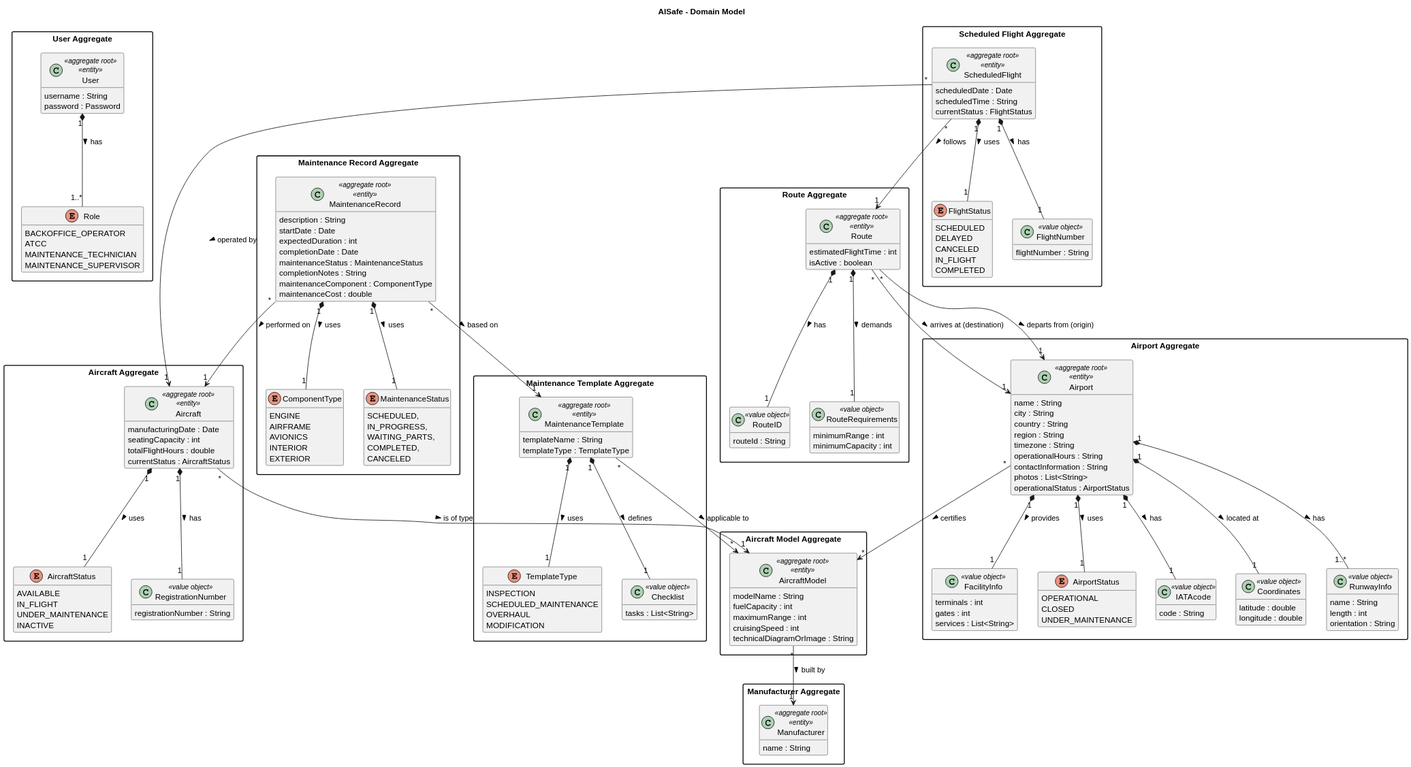
Before: docs/system-documentation/global-artifacts/svg/Domain Model.svg, a diagram exported from PlantUML (Martim690/PSOFT_2db_1240690_1241484_1230985_1240568).
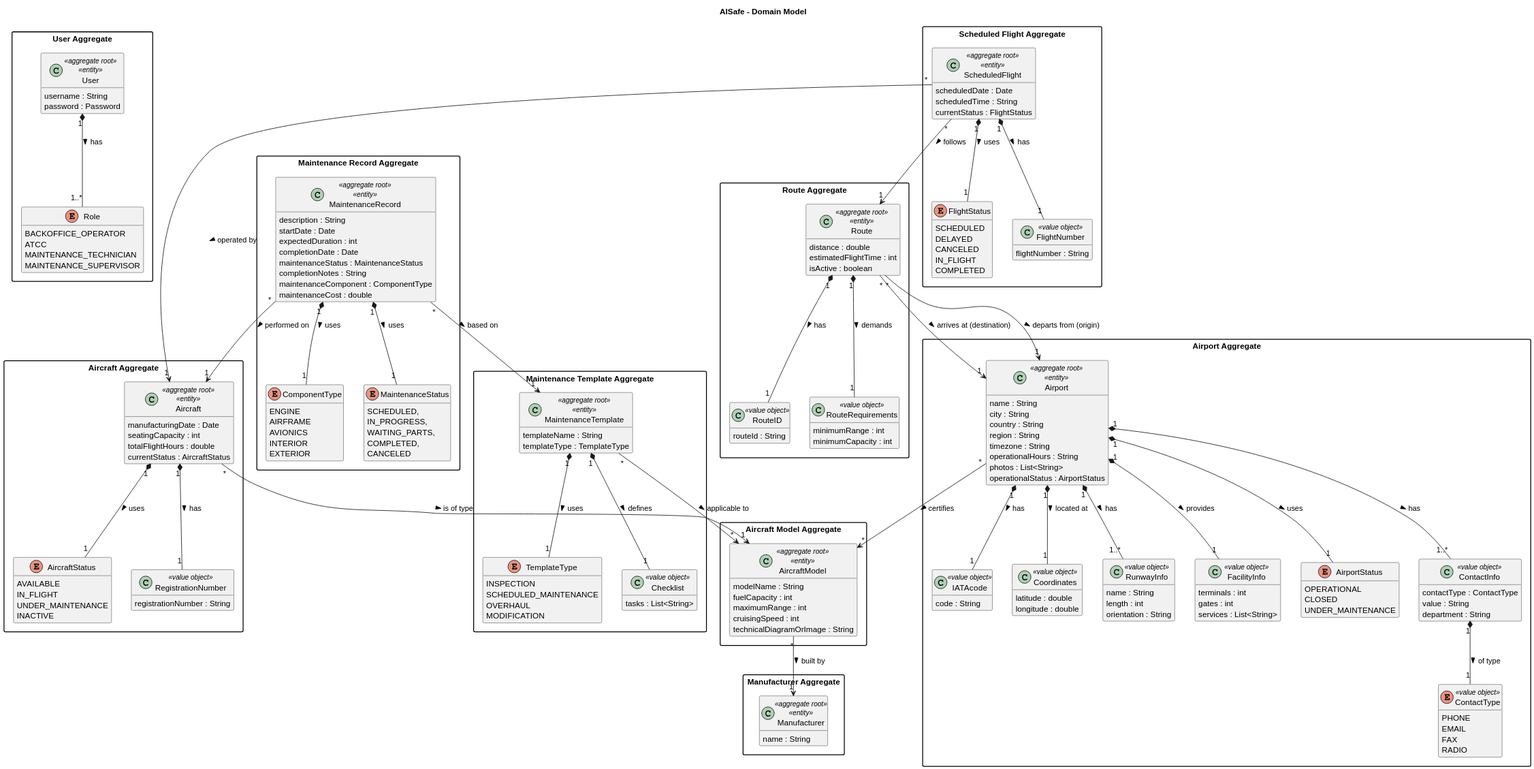
The same diagram one commit later.

The edit, as a diff of the source:
```diff
@@ -77,9 +77,21 @@
     region : String
     timezone : String
     operationalHours : String
-    contactInformation : String
     photos : List<String>
     operationalStatus : AirportStatus
+  }
+
+  enum ContactType <<value object>> {
+      PHONE
+      EMAIL
+      FAX
+      RADIO
+    }
+
+  class ContactInfo <<value object>> {
+      contactType : ContactType
+      value : String
+      department : String
   }
 
   class IATAcode <<value object>> {
@@ -108,12 +120,15 @@
   Airport "1" *-- "1..*" RunwayInfo : has >
   Airport "1" *-- "1" AirportStatus : uses >
   Airport "1" *-- "1" FacilityInfo : provides >
+  Airport "1" *-- "1..*" ContactInfo : has >
+  ContactInfo "1" *-- "1" ContactType : of type >
 }
 
 
 
 package "Route Aggregate" {
   class Route <<aggregate root>> <<entity>> {
+    distance : double
     estimatedFlightTime : int
     isActive : boolean
   }
```
